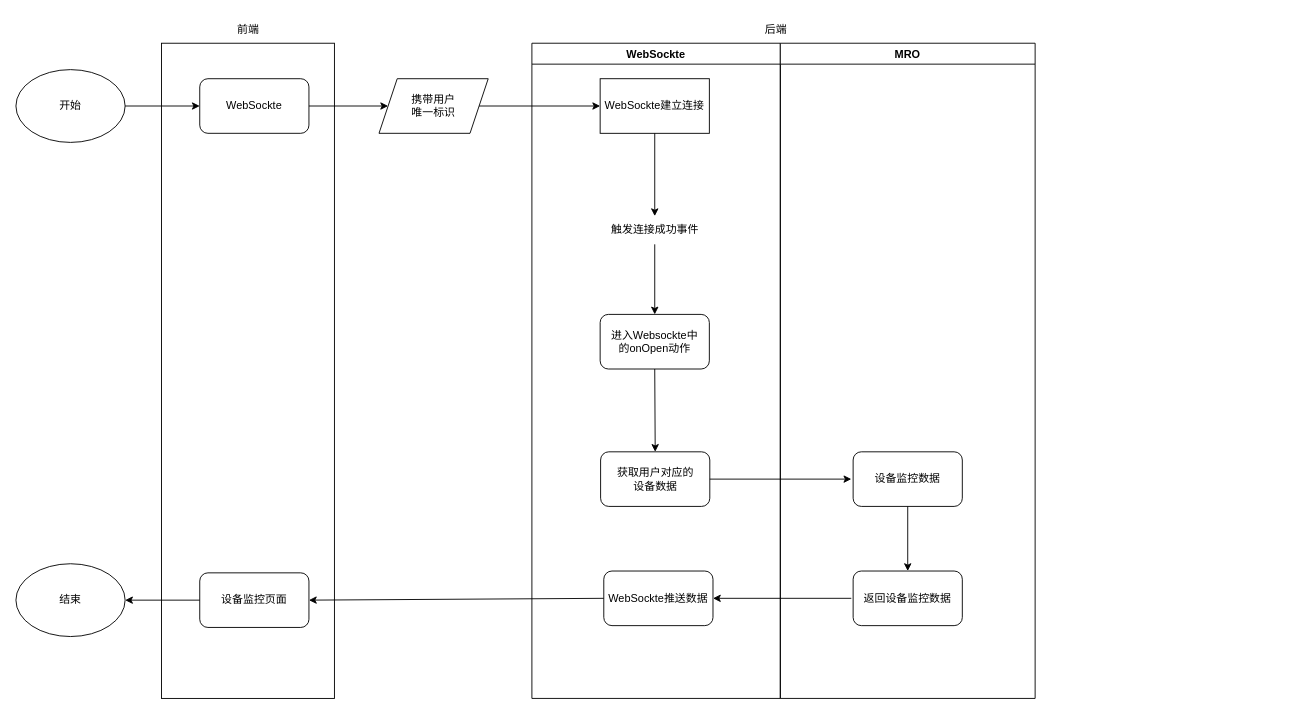
KNAI-I/test keeps this draw.io diagram as page "第 2 页" (2 of 2) of 设备监控流程.drawio. Above is the earlier version. Source tidied: cells renumbered, new cells numbered last; positions are measured from the earlier drawing's top-left corner, leaving out a move shared by most shapes. Both pictures are drawn from the tidied source at 91%, with x=0, y=0 at pixel (15, 15).
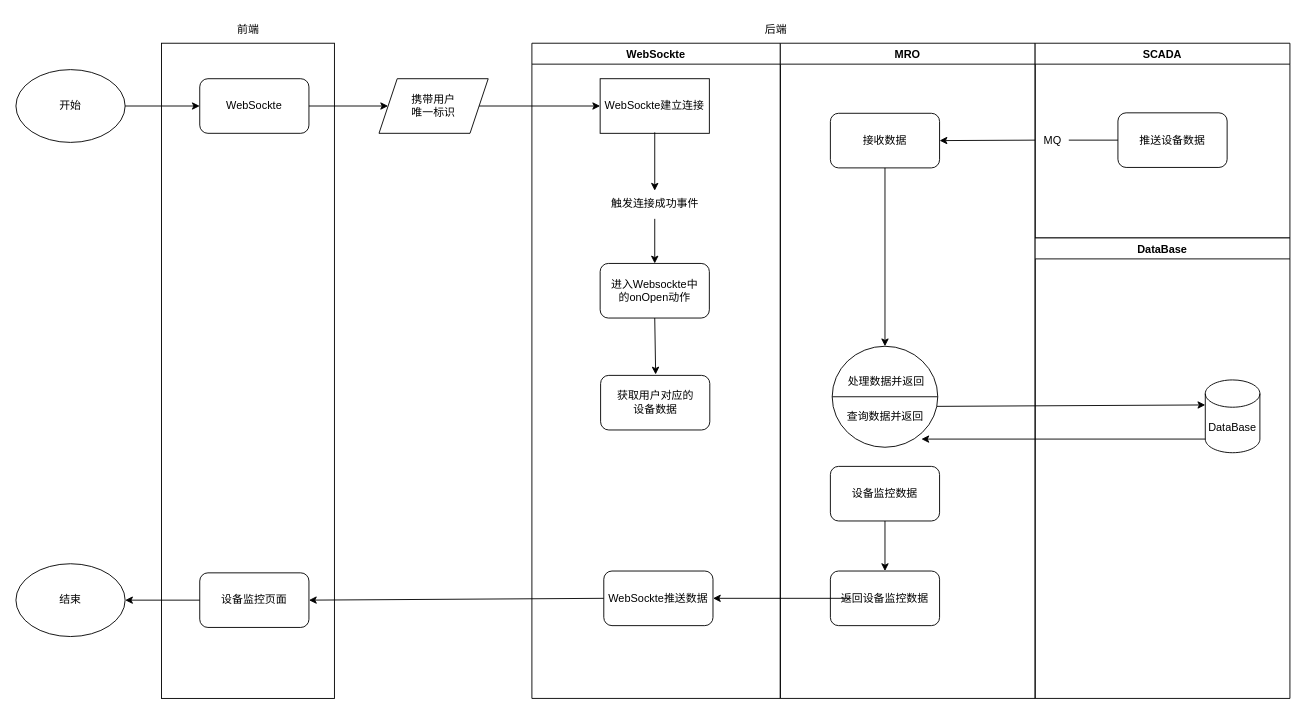
The same page after the edit.

Commit message:
更新设备监控流程.drawio

Unchanged cells that the change refers to:
```xml
<mxCell id="8" value="WebSockte建立连接" style="rounded=0;whiteSpace=wrap;html=1;" parent="1" vertex="1">
  <mxGeometry x="642" y="69" width="120" height="60" as="geometry" />
</mxCell>
<mxCell id="18" value="WebSockte" style="swimlane;" parent="1" vertex="1">
  <mxGeometry x="567" y="30" width="273" height="720" as="geometry" />
</mxCell>
<mxCell id="22" value="MRO" style="swimlane;" parent="1" vertex="1">
  <mxGeometry x="840" y="30" width="280" height="720" as="geometry" />
</mxCell>
```

Diff of the diagram source:
```diff
@@
-    <mxCell id="11" style="endArrow=classic;html=1;rounded=0;exitX=0.5;exitY=1;exitDx=0;exitDy=0;" parent="1" edge="1" source="8" target="12">
-      <mxGeometry relative="1" as="geometry" />
+    <mxCell id="11" style="endArrow=classic;html=1;rounded=0;exitX=0.5;exitY=1;exitDx=0;exitDy=0;" parent="1" edge="1" target="12">
+      <mxGeometry relative="1" as="geometry">
+        <mxPoint x="702" y="128" as="sourcePoint" />
+      </mxGeometry>
     </mxCell>
     <mxCell id="12" value="触发连接成功事件" style="text;html=1;align=center;verticalAlign=middle;points=[];strokeColor=none;fillColor=none;" parent="1" vertex="1">
-      <mxGeometry x="642" y="220" width="120" height="30" as="geometry" />
+      <mxGeometry x="642" y="192" width="120" height="30" as="geometry" />
     </mxCell>
@@
     <mxCell id="19" value="进入Websockte中&lt;br&gt;的onOpen&lt;span style=&quot;background-color: initial; text-align: start;&quot;&gt;动作&lt;/span&gt;" style="rounded=1;whiteSpace=wrap;html=1;" parent="18" vertex="1">
-      <mxGeometry x="75" y="298" width="120" height="60" as="geometry" />
+      <mxGeometry x="75" y="242" width="120" height="60" as="geometry" />
     </mxCell>
     <mxCell id="20" value="获取用户对应的&lt;br&gt;设备数据" style="rounded=1;whiteSpace=wrap;html=1;" parent="18" vertex="1">
-      <mxGeometry x="75.5" y="449" width="120" height="60" as="geometry" />
+      <mxGeometry x="75.5" y="365" width="120" height="60" as="geometry" />
     </mxCell>
-    <mxCell id="21" style="endArrow=classic;html=1;rounded=0;exitX=0.5;exitY=1;exitDx=0;exitDy=0;entryX=0.5;entryY=0;entryDx=0;entryDy=0;" parent="18" edge="1" source="19" target="20">
-      <mxGeometry relative="1" as="geometry" />
+    <mxCell id="21" style="endArrow=classic;html=1;rounded=0;exitX=0.5;exitY=1;exitDx=0;exitDy=0;" parent="18" edge="1" source="19">
+      <mxGeometry relative="1" as="geometry">
+        <mxPoint x="136" y="364" as="targetPoint" />
+      </mxGeometry>
     </mxCell>
@@
-    <mxCell id="23" value="设备监控数据" style="rounded=1;whiteSpace=wrap;html=1;" parent="22" vertex="1">
-      <mxGeometry x="80" y="449" width="120" height="60" as="geometry" />
-    </mxCell>
     <mxCell id="24" value="返回设备监控数据" style="rounded=1;whiteSpace=wrap;html=1;" parent="22" vertex="1">
-      <mxGeometry x="80" y="580" width="120" height="60" as="geometry" />
+      <mxGeometry x="55" y="580" width="120" height="60" as="geometry" />
     </mxCell>
@@
-    <mxCell id="26" style="endArrow=classic;html=1;rounded=0;exitX=1;exitY=0.5;exitDx=0;exitDy=0;entryX=0;entryY=0.5;entryDx=0;entryDy=0;" parent="1" edge="1" source="20">
-      <mxGeometry relative="1" as="geometry">
-        <mxPoint x="918" y="509" as="targetPoint" />
-      </mxGeometry>
-    </mxCell>
+    <mxCell id="23" value="设备监控数据" style="rounded=1;whiteSpace=wrap;html=1;" parent="22" vertex="1">
+      <mxGeometry x="55" y="465" width="120" height="60" as="geometry" />
+    </mxCell>
+    <mxCell id="30" value="接收数据" style="rounded=1;whiteSpace=wrap;html=1;" parent="22" vertex="1">
+      <mxGeometry x="55" y="77" width="120" height="60" as="geometry" />
+    </mxCell>
+    <mxCell id="31" style="endArrow=classic;html=1;rounded=0;exitX=0.5;exitY=1;exitDx=0;exitDy=0;" parent="22" edge="1" source="30" target="32">
+      <mxGeometry relative="1" as="geometry" />
+    </mxCell>
+    <mxCell id="32" style="shape=lineEllipse;perimeter=ellipsePerimeter;whiteSpace=wrap;html=1;backgroundOutline=1;" parent="22" vertex="1">
+      <mxGeometry x="57" y="333" width="116" height="111" as="geometry" />
+    </mxCell>
+    <mxCell id="33" value="&lt;span style=&quot;&quot;&gt;处理数据并返回&lt;/span&gt;" style="text;html=1;align=center;verticalAlign=middle;strokeColor=none;fillColor=none;" parent="22" vertex="1">
+      <mxGeometry x="65" y="359" width="102" height="26" as="geometry" />
+    </mxCell>
+    <mxCell id="34" value="查询数据并返回" style="text;html=1;align=center;verticalAlign=middle;strokeColor=none;fillColor=none;" parent="22" vertex="1">
+      <mxGeometry x="64" y="397" width="102" height="26" as="geometry" />
+    </mxCell>
@@
+    <mxCell id="35" value="SCADA" style="swimlane;" parent="1" vertex="1">
+      <mxGeometry x="1120" y="30" width="280" height="214" as="geometry" />
+    </mxCell>
+    <mxCell id="36" value="推送设备数据" style="rounded=1;whiteSpace=wrap;html=1;" parent="35" vertex="1">
+      <mxGeometry x="91" y="76.5" width="120" height="60" as="geometry" />
+    </mxCell>
+    <mxCell id="37" value="DataBase" style="swimlane;" parent="1" vertex="1">
+      <mxGeometry x="1120" y="244" width="280" height="506" as="geometry" />
+    </mxCell>
+    <mxCell id="38" value="DataBase" style="shape=cylinder3;whiteSpace=wrap;html=1;boundedLbl=1;backgroundOutline=1;size=15;" parent="37" vertex="1">
+      <mxGeometry x="187" y="156" width="60" height="80" as="geometry" />
+    </mxCell>
+    <mxCell id="39" style="endArrow=classic;html=1;rounded=0;exitX=0;exitY=0.5;exitDx=0;exitDy=0;entryX=1;entryY=0.5;entryDx=0;entryDy=0;startArrow=none;" parent="1" edge="1" source="40" target="30">
+      <mxGeometry relative="1" as="geometry" />
+    </mxCell>
+    <mxCell id="40" value="MQ" style="text;html=1;align=center;verticalAlign=middle;points=[];strokeColor=none;fillColor=none;" parent="1" vertex="1">
+      <mxGeometry x="1120" y="123.5" width="37" height="26" as="geometry" />
+    </mxCell>
+    <mxCell id="41" style="endArrow=none;html=1;rounded=0;exitX=0;exitY=0.5;exitDx=0;exitDy=0;entryX=1;entryY=0.5;entryDx=0;entryDy=0;" parent="1" edge="1" source="36" target="40">
+      <mxGeometry relative="1" as="geometry" />
+    </mxCell>
+    <mxCell id="42" style="endArrow=classic;html=1;rounded=0;exitX=0.991;exitY=0.595;exitDx=0;exitDy=0;exitPerimeter=0;entryX=0;entryY=0;entryDx=0;entryDy=27.5;entryPerimeter=0;" parent="1" edge="1" source="32" target="38">
+      <mxGeometry relative="1" as="geometry" />
+    </mxCell>
+    <mxCell id="43" style="endArrow=classic;html=1;rounded=0;exitX=0;exitY=1;exitDx=0;exitDy=-15;entryX=0.845;entryY=0.919;entryDx=0;entryDy=0;exitPerimeter=0;entryPerimeter=0;" parent="1" edge="1" source="38" target="32">
+      <mxGeometry relative="1" as="geometry" />
+    </mxCell>
```
